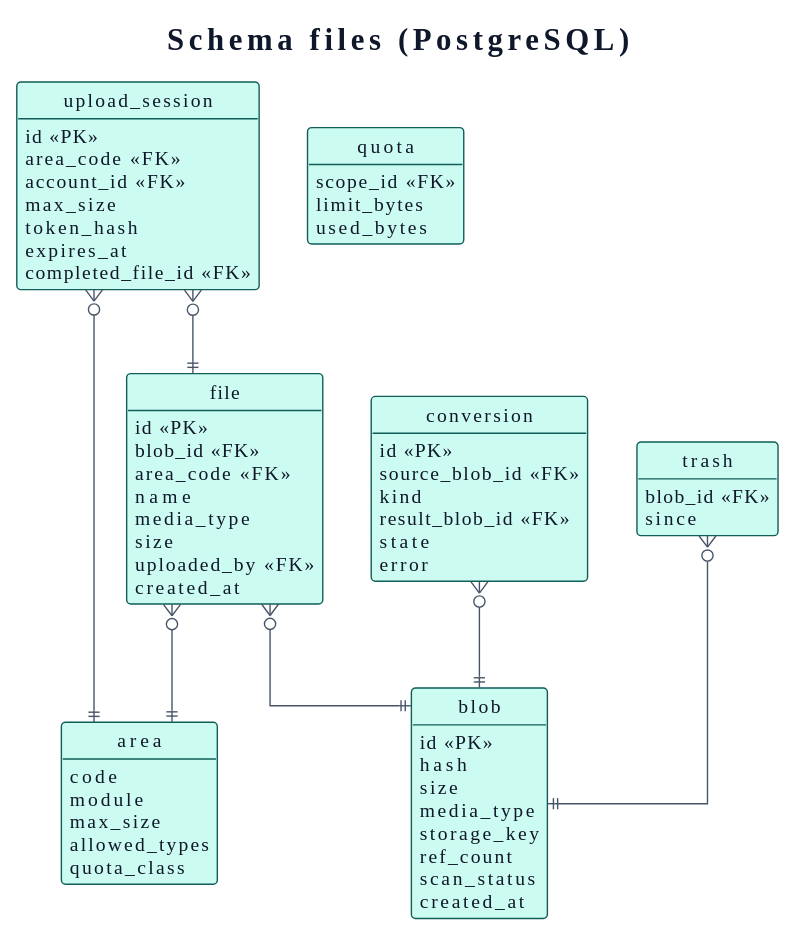
Above: docs/03-design/data-model/files.svg in didactika/kampus (PlantUML), before the change. The source it was exported from:
```plantuml
@startuml
!theme plain
skinparam backgroundColor #FFFFFF
skinparam defaultFontName Verdana
skinparam defaultFontSize 14
skinparam defaultFontColor #0F172A
skinparam shadowing false
skinparam packageStyle rectangle
skinparam ArrowFontSize 12
skinparam ClassAttributeIconSize 0
skinparam roundCorner 6
skinparam ArrowColor #475569
skinparam ArrowFontColor #0F172A
skinparam NoteBackgroundColor #ECFEFF
skinparam NoteBorderColor #115E59
skinparam NoteFontColor #0F172A
skinparam class {
  BackgroundColor #CCFBF1
  BorderColor #115E59
  FontColor #0F172A
}
skinparam entity {
  BackgroundColor #CCFBF1
  BorderColor #115E59
  FontColor #0F172A
}
skinparam participant {
  BackgroundColor #CCFBF1
  BorderColor #115E59
  FontColor #0F172A
}
skinparam actor {
  BackgroundColor #CCFBF1
  BorderColor #115E59
  FontColor #0F172A
}
skinparam database {
  BackgroundColor #CCFBF1
  BorderColor #115E59
  FontColor #0F172A
}
skinparam component {
  BackgroundColor #CCFBF1
  BorderColor #115E59
  FontColor #0F172A
}
skinparam node {
  BackgroundColor #CCFBF1
  BorderColor #115E59
  FontColor #0F172A
}
skinparam usecase {
  BackgroundColor #CCFBF1
  BorderColor #115E59
  FontColor #0F172A
}
skinparam interface {
  BackgroundColor #CCFBF1
  BorderColor #115E59
  FontColor #0F172A
}
skinparam state {
  BackgroundColor #CCFBF1
  BorderColor #115E59
  FontColor #0F172A
  StartColor #475569
  EndColor #475569
  ArrowColor #475569
}
skinparam package {
  BackgroundColor #F0FDFA
  BorderColor #115E59
  FontColor #0F172A
}
skinparam sequence {
  LifeLineBorderColor #475569
  LifeLineBackgroundColor #CCFBF1
  ArrowColor #475569
  GroupBorderColor #115E59
  GroupBackgroundColor #F0FDFA
}
skinparam package<<level1>> {
  BackgroundColor #DBEAFE
  BorderColor #115E59
  FontColor #0F172A
}
skinparam package<<level2>> {
  BackgroundColor #E0F2FE
  BorderColor #115E59
  FontColor #0F172A
}
skinparam package<<level3>> {
  BackgroundColor #F1F5F9
  BorderColor #115E59
  FontColor #0F172A
}
skinparam package<<level4>> {
  BackgroundColor #F8FAFC
  BorderColor #115E59
  FontColor #0F172A
}
hide <<level1>> stereotype
hide <<level2>> stereotype
hide <<level3>> stereotype
hide <<level4>> stereotype
hide empty members
hide circle
skinparam linetype ortho
title Schema files (PostgreSQL)

entity blob {
  id <<PK>>
  hash
  size
  media_type
  storage_key
  ref_count
  scan_status
  created_at
}
entity area {
  code
  module
  max_size
  allowed_types
  quota_class
}
entity file {
  id <<PK>>
  blob_id <<FK>>
  area_code <<FK>>
  name
  media_type
  size
  uploaded_by <<FK>>
  created_at
}
entity upload_session {
  id <<PK>>
  area_code <<FK>>
  account_id <<FK>>
  max_size
  token_hash
  expires_at
  completed_file_id <<FK>>
}
entity quota {
  scope_id <<FK>>
  limit_bytes
  used_bytes
}
entity conversion {
  id <<PK>>
  source_blob_id <<FK>>
  kind
  result_blob_id <<FK>>
  state
  error
}
entity trash {
  blob_id <<FK>>
  since
}

file }o--|| blob
file }o--|| area
upload_session }o--|| area
upload_session }o--|| file
conversion }o--|| blob
trash }o--|| blob
@enduml
```
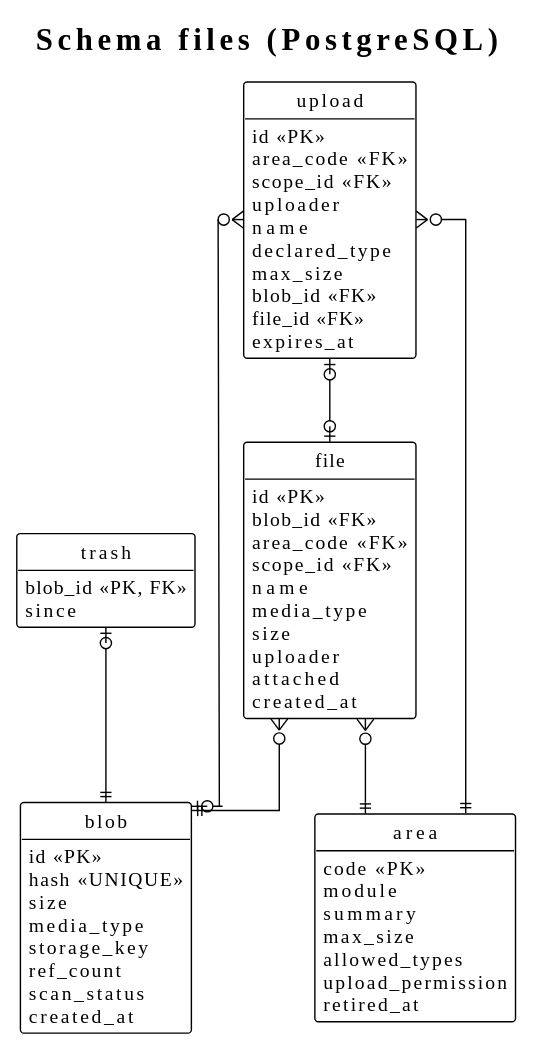
After the change.

The edit, as a diff of the source:
```diff
@@ -1,108 +1,5 @@
 @startuml
 !theme plain
-skinparam backgroundColor #FFFFFF
-skinparam defaultFontName Verdana
-skinparam defaultFontSize 14
-skinparam defaultFontColor #0F172A
-skinparam shadowing false
-skinparam packageStyle rectangle
-skinparam ArrowFontSize 12
-skinparam ClassAttributeIconSize 0
-skinparam roundCorner 6
-skinparam ArrowColor #475569
-skinparam ArrowFontColor #0F172A
-skinparam NoteBackgroundColor #ECFEFF
-skinparam NoteBorderColor #115E59
-skinparam NoteFontColor #0F172A
-skinparam class {
-  BackgroundColor #CCFBF1
-  BorderColor #115E59
-  FontColor #0F172A
-}
-skinparam entity {
-  BackgroundColor #CCFBF1
-  BorderColor #115E59
-  FontColor #0F172A
-}
-skinparam participant {
-  BackgroundColor #CCFBF1
-  BorderColor #115E59
-  FontColor #0F172A
-}
-skinparam actor {
-  BackgroundColor #CCFBF1
-  BorderColor #115E59
-  FontColor #0F172A
-}
-skinparam database {
-  BackgroundColor #CCFBF1
-  BorderColor #115E59
-  FontColor #0F172A
-}
-skinparam component {
-  BackgroundColor #CCFBF1
-  BorderColor #115E59
-  FontColor #0F172A
-}
-skinparam node {
-  BackgroundColor #CCFBF1
-  BorderColor #115E59
-  FontColor #0F172A
-}
-skinparam usecase {
-  BackgroundColor #CCFBF1
-  BorderColor #115E59
-  FontColor #0F172A
-}
-skinparam interface {
-  BackgroundColor #CCFBF1
-  BorderColor #115E59
-  FontColor #0F172A
-}
-skinparam state {
-  BackgroundColor #CCFBF1
-  BorderColor #115E59
-  FontColor #0F172A
-  StartColor #475569
-  EndColor #475569
-  ArrowColor #475569
-}
-skinparam package {
-  BackgroundColor #F0FDFA
-  BorderColor #115E59
-  FontColor #0F172A
-}
-skinparam sequence {
-  LifeLineBorderColor #475569
-  LifeLineBackgroundColor #CCFBF1
-  ArrowColor #475569
-  GroupBorderColor #115E59
-  GroupBackgroundColor #F0FDFA
-}
-skinparam package<<level1>> {
-  BackgroundColor #DBEAFE
-  BorderColor #115E59
-  FontColor #0F172A
-}
-skinparam package<<level2>> {
-  BackgroundColor #E0F2FE
-  BorderColor #115E59
-  FontColor #0F172A
-}
-skinparam package<<level3>> {
-  BackgroundColor #F1F5F9
-  BorderColor #115E59
-  FontColor #0F172A
-}
-skinparam package<<level4>> {
-  BackgroundColor #F8FAFC
-  BorderColor #115E59
-  FontColor #0F172A
-}
-hide <<level1>> stereotype
-hide <<level2>> stereotype
-hide <<level3>> stereotype
-hide <<level4>> stereotype
 hide empty members
 hide circle
 skinparam linetype ortho
@@ -110,7 +7,7 @@
 
 entity blob {
   id <<PK>>
-  hash
+  hash <<UNIQUE>>
   size
   media_type
   storage_key
@@ -119,53 +16,47 @@
   created_at
 }
 entity area {
-  code
+  code <<PK>>
   module
+  summary
   max_size
   allowed_types
-  quota_class
+  upload_permission
+  retired_at
 }
 entity file {
   id <<PK>>
   blob_id <<FK>>
   area_code <<FK>>
+  scope_id <<FK>>
   name
   media_type
   size
-  uploaded_by <<FK>>
+  uploader
+  attached
   created_at
 }
-entity upload_session {
+entity upload {
   id <<PK>>
   area_code <<FK>>
-  account_id <<FK>>
+  scope_id <<FK>>
+  uploader
+  name
+  declared_type
   max_size
-  token_hash
+  blob_id <<FK>>
+  file_id <<FK>>
   expires_at
-  completed_file_id <<FK>>
-}
-entity quota {
-  scope_id <<FK>>
-  limit_bytes
-  used_bytes
-}
-entity conversion {
-  id <<PK>>
-  source_blob_id <<FK>>
-  kind
-  result_blob_id <<FK>>
-  state
-  error
 }
 entity trash {
-  blob_id <<FK>>
+  blob_id <<PK, FK>>
   since
 }
 
 file }o--|| blob
 file }o--|| area
-upload_session }o--|| area
-upload_session }o--|| file
-conversion }o--|| blob
-trash }o--|| blob
+upload }o--|| area
+upload }o--o| blob
+upload |o--o| file
+trash |o--|| blob
 @enduml
```
